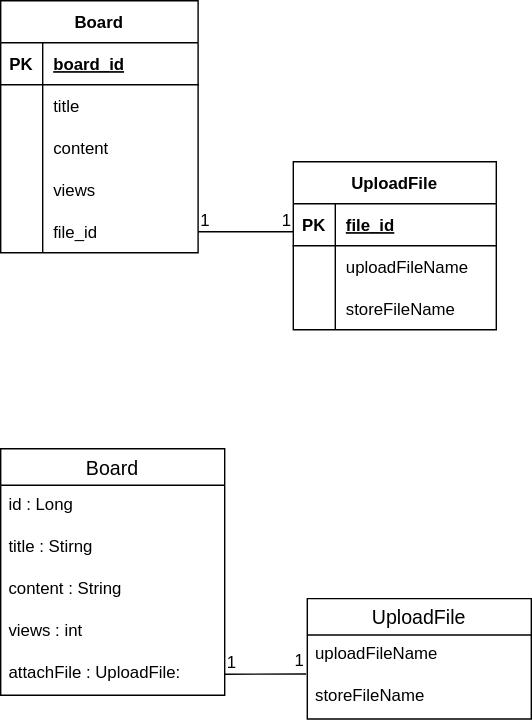
Earlier version of the draw.io export Document/erd.drawio.svg (lwisekiml/study_board). Source tidied: cells renumbered, new cells last; positions are measured from the earlier drawing's top-left corner, leaving out a move shared by most shapes.
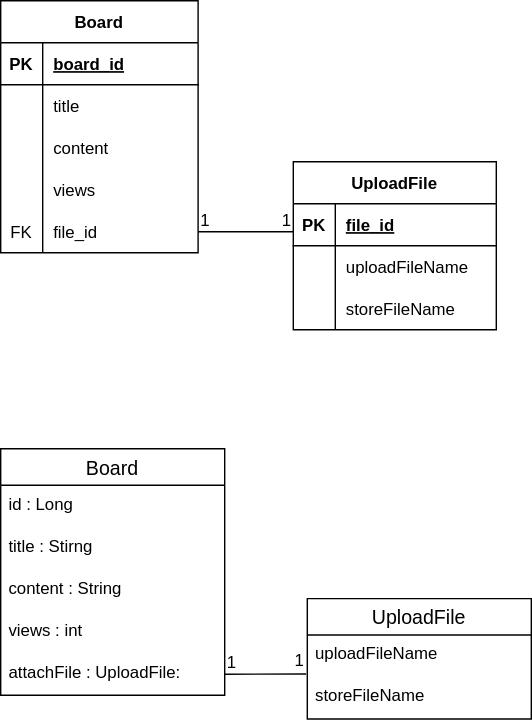
The same file after the commit.

The edit, as a diff of the source:
```diff
@@ -74,7 +74,7 @@
     <mxCell id="25" style="shape=partialRectangle;fillColor=none;points=[[0,0.5],[1,0.5]];portConstraint=eastwest;top=0;left=0;right=0;bottom=0;" parent="12" vertex="1">
       <mxGeometry y="150" width="141" height="30" as="geometry" />
     </mxCell>
-    <mxCell id="26" style="shape=partialRectangle;overflow=hidden;fillColor=none;top=0;left=0;bottom=0;right=0;" parent="25" vertex="1">
+    <mxCell id="26" value="FK" style="shape=partialRectangle;overflow=hidden;fillColor=none;top=0;left=0;bottom=0;right=0;" parent="25" vertex="1">
       <mxGeometry width="30" height="30" as="geometry" />
     </mxCell>
     <mxCell id="27" value="file_id" style="shape=partialRectangle;overflow=hidden;fillColor=none;top=0;left=0;bottom=0;right=0;align=left;spacingLeft=6;" parent="25" vertex="1">
```
